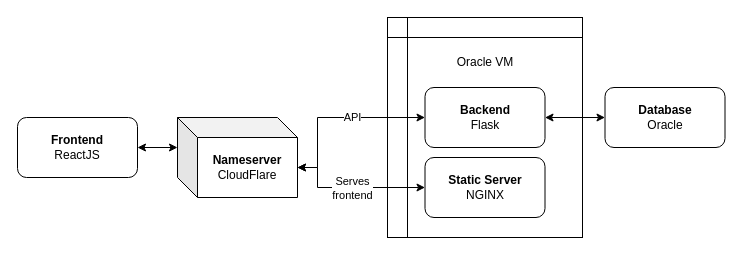
This is docs/tech-stack.drawio from BITNULLS/storybook, a draw.io file, before an edit. Source tidied: cells renumbered, new cells numbered last; positions are measured from the earlier drawing's top-left corner, leaving out a move shared by most shapes. Both pictures are drawn from the tidied source at 100%, with x=0, y=0 at pixel (17, 17).
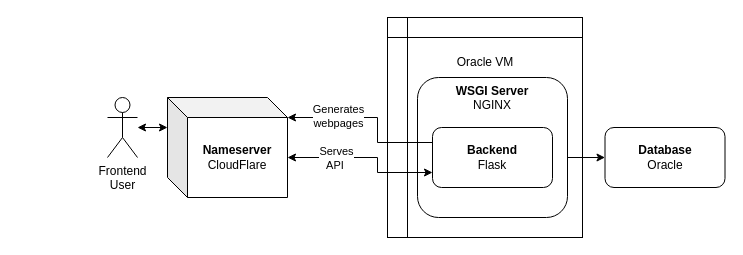
After the change.

Diff of the diagram source:
```diff
@@
-    <mxCell id="3" style="edgeStyle=orthogonalEdgeStyle;rounded=0;jettySize=auto;html=1;exitX=1;exitY=0.5;exitDx=0;exitDy=0;entryX=0;entryY=0;entryDx=0;entryDy=30;startArrow=classic;startFill=1;entryPerimeter=0;" parent="1" edge="1" source="4" target="12">
-      <mxGeometry relative="1" as="geometry" />
+    <mxCell id="3" style="edgeStyle=orthogonalEdgeStyle;rounded=0;jettySize=auto;html=1;entryX=0;entryY=0;entryDx=0;entryDy=30;startArrow=classic;startFill=1;entryPerimeter=0;" parent="1" edge="1" target="12">
+      <mxGeometry relative="1" as="geometry">
+        <mxPoint x="120" y="110" as="sourcePoint" />
+        <Array as="points">
+          <mxPoint x="120" y="110" />
+        </Array>
+      </mxGeometry>
     </mxCell>
-    <mxCell id="4" value="&lt;b&gt;Frontend&lt;/b&gt;&lt;br&gt;ReactJS" style="rounded=1;whiteSpace=wrap;html=1;" parent="1" vertex="1">
-      <mxGeometry y="100" width="120" height="60" as="geometry" />
-    </mxCell>
@@
-    <mxCell id="6" value="&lt;b&gt;Backend&lt;/b&gt;&lt;br&gt;Flask" style="rounded=1;whiteSpace=wrap;html=1;" parent="1" vertex="1">
-      <mxGeometry x="407.5" y="70" width="120" height="60" as="geometry" />
-    </mxCell>
     <mxCell id="7" value="&lt;b&gt;Database&lt;/b&gt;&lt;br&gt;Oracle" style="rounded=1;whiteSpace=wrap;html=1;" parent="1" vertex="1">
-      <mxGeometry x="587.5" y="70" width="120" height="60" as="geometry" />
+      <mxGeometry x="587.5" y="110" width="120" height="60" as="geometry" />
     </mxCell>
-    <mxCell id="8" style="edgeStyle=orthogonalEdgeStyle;rounded=0;jettySize=auto;html=1;exitX=0;exitY=0;exitDx=120;exitDy=50;exitPerimeter=0;entryX=0;entryY=0.5;entryDx=0;entryDy=0;startArrow=classic;startFill=1;" parent="1" edge="1" source="12" target="6">
-      <mxGeometry relative="1" as="geometry">
-        <Array as="points">
-          <mxPoint x="300" y="150" />
-          <mxPoint x="300" y="100" />
-        </Array>
-      </mxGeometry>
-    </mxCell>
-    <mxCell id="9" value="API" style="edgeLabel;html=1;align=center;verticalAlign=middle;" parent="8" vertex="1">
-      <mxGeometry x="0.17" y="1" relative="1" as="geometry" />
-    </mxCell>
-    <mxCell id="10" style="edgeStyle=orthogonalEdgeStyle;rounded=0;jettySize=auto;html=1;exitX=0;exitY=0;exitDx=120;exitDy=50;exitPerimeter=0;entryX=0;entryY=0.5;entryDx=0;entryDy=0;startArrow=classic;startFill=1;" parent="1" edge="1" source="12" target="14">
-      <mxGeometry relative="1" as="geometry">
-        <Array as="points">
-          <mxPoint x="300" y="150" />
-          <mxPoint x="300" y="170" />
-        </Array>
-      </mxGeometry>
-    </mxCell>
-    <mxCell id="11" value="Serves&lt;br&gt;frontend" style="edgeLabel;html=1;align=center;verticalAlign=middle;" parent="10" vertex="1">
-      <mxGeometry x="0.01" relative="1" as="geometry" />
-    </mxCell>
     <mxCell id="12" value="&lt;b&gt;Nameserver&lt;/b&gt;&lt;br&gt;CloudFlare" style="shape=cube;whiteSpace=wrap;html=1;boundedLbl=1;backgroundOutline=1;darkOpacity=0.05;darkOpacity2=0.1;" parent="1" vertex="1">
-      <mxGeometry x="160" y="100" width="120" height="80" as="geometry" />
+      <mxGeometry x="150" y="80" width="120" height="100" as="geometry" />
     </mxCell>
@@
-    <mxCell id="14" value="&lt;b&gt;Static Server&lt;/b&gt;&lt;br&gt;NGINX" style="rounded=1;whiteSpace=wrap;html=1;" parent="1" vertex="1">
-      <mxGeometry x="407.5" y="140" width="120" height="60" as="geometry" />
+    <mxCell id="14" value="&lt;b&gt;WSGI Server&lt;/b&gt;&lt;br&gt;NGINX" style="rounded=1;whiteSpace=wrap;html=1;horizontal=1;verticalAlign=top;" parent="1" vertex="1">
+      <mxGeometry x="400" y="60" width="150" height="140" as="geometry" />
     </mxCell>
+    <mxCell id="15" value="Frontend&lt;br&gt;User" style="shape=umlActor;verticalLabelPosition=bottom;verticalAlign=top;html=1;" parent="1" vertex="1">
+      <mxGeometry x="90" y="80" width="30" height="60" as="geometry" />
+    </mxCell>
+    <mxCell id="16" style="edgeStyle=orthogonalEdgeStyle;rounded=0;jettySize=auto;html=1;exitX=0;exitY=0.25;exitDx=0;exitDy=0;entryX=0;entryY=0;entryDx=120;entryDy=20;entryPerimeter=0;" parent="1" edge="1" source="6" target="12">
+      <mxGeometry relative="1" as="geometry">
+        <Array as="points">
+          <mxPoint x="360" y="125" />
+          <mxPoint x="360" y="100" />
+        </Array>
+      </mxGeometry>
+    </mxCell>
+    <mxCell id="17" value="Generates&lt;br&gt;webpages" style="edgeLabel;html=1;align=center;verticalAlign=middle;" parent="16" vertex="1">
+      <mxGeometry x="0.58" y="-2" relative="1" as="geometry">
+        <mxPoint x="14" as="offset" />
+      </mxGeometry>
+    </mxCell>
+    <mxCell id="18" style="edgeStyle=orthogonalEdgeStyle;rounded=0;jettySize=auto;html=1;exitX=0;exitY=0.75;exitDx=0;exitDy=0;entryX=0;entryY=0;entryDx=120;entryDy=60;entryPerimeter=0;startArrow=classic;startFill=1;" parent="1" edge="1" source="6" target="12">
+      <mxGeometry relative="1" as="geometry">
+        <Array as="points">
+          <mxPoint x="360" y="155" />
+          <mxPoint x="360" y="140" />
+        </Array>
+      </mxGeometry>
+    </mxCell>
+    <mxCell id="19" value="Serves&lt;br&gt;API&amp;nbsp;" style="edgeLabel;html=1;align=center;verticalAlign=middle;" parent="18" vertex="1">
+      <mxGeometry x="0.45" y="1" relative="1" as="geometry">
+        <mxPoint x="4" y="-1" as="offset" />
+      </mxGeometry>
+    </mxCell>
+    <mxCell id="6" value="&lt;b&gt;Backend&lt;/b&gt;&lt;br&gt;Flask" style="rounded=1;whiteSpace=wrap;html=1;" parent="1" vertex="1">
+      <mxGeometry x="415" y="110" width="120" height="60" as="geometry" />
+    </mxCell>
```
